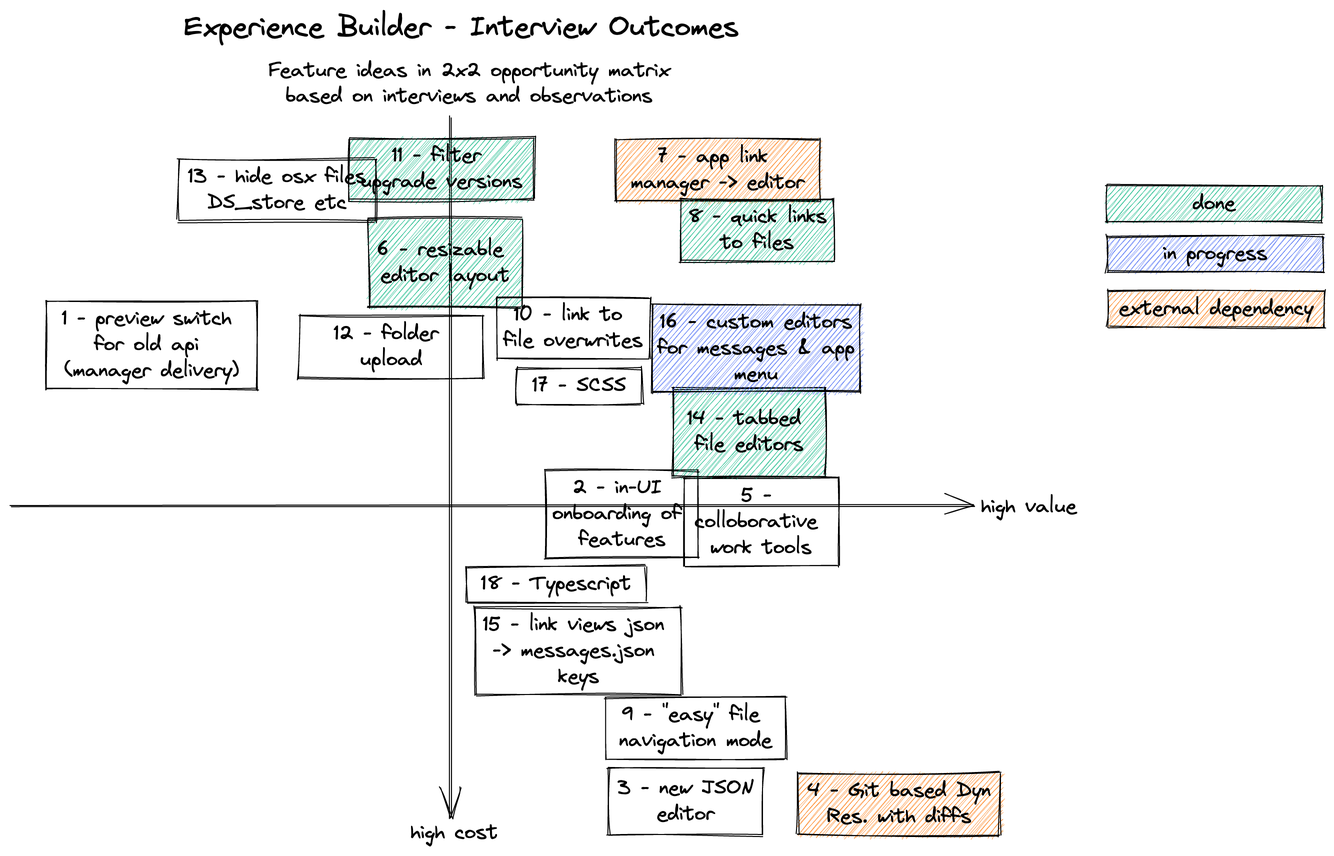
This is ba-text/pics/feature_cost_matrix.excalidraw.png from lokmeinmatz/ba-docs, a Excalidraw export, as it was before one commit. Source tidied: one line per element, renumbered; positions are measured from the earlier drawing's top-left corner, leaving out a move shared by most shapes.
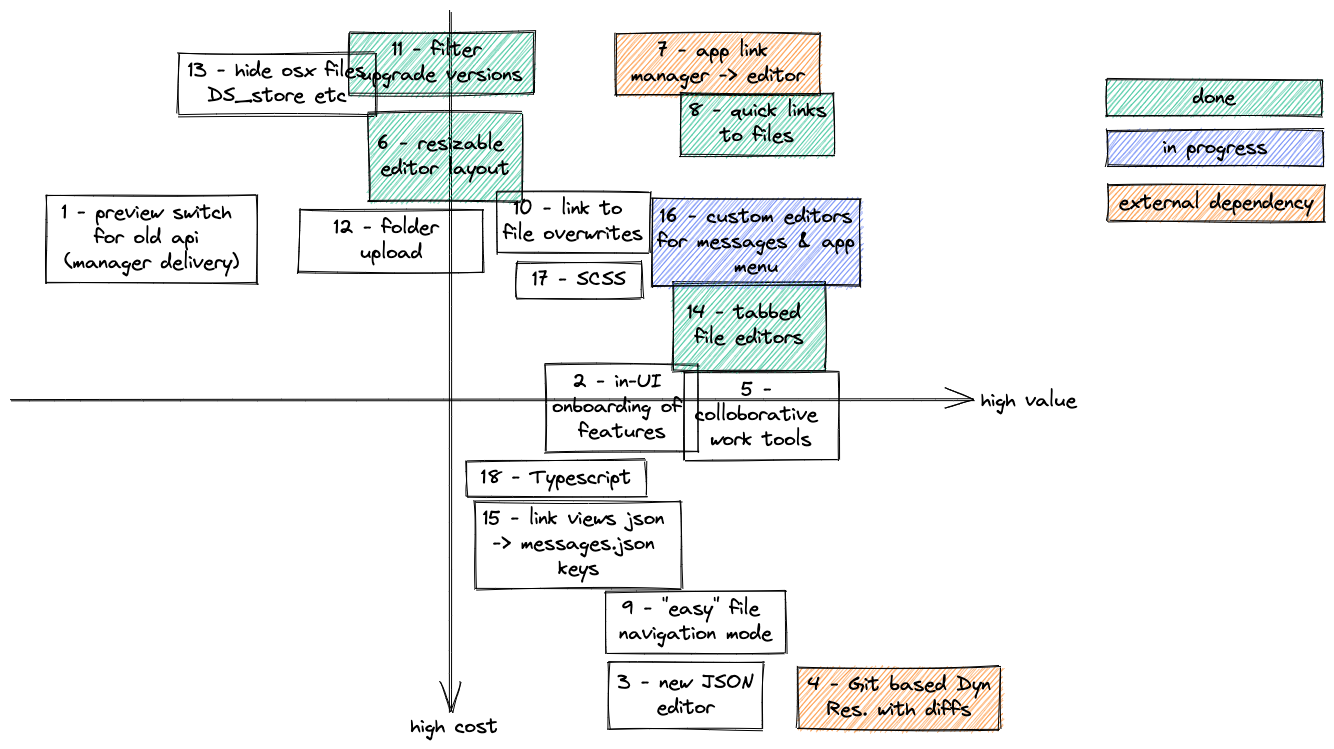
Later version of the same file.

Change to the diagram source:
```diff
@@ -1,48 +1,46 @@
-{"id": 0, "type": "text", "text": "Experience Builder - Interview Outcomes", "strokeColor": "#000000", "strokeWidth": 1, "roughness": 1, "fontSize": 28, "fontFamily": 1, "x": 173, "y": 0, "width": 557, "height": 36}
-{"id": 1, "type": "text", "text": "Feature ideas in 2x2 opportunity matrix\nbased on interviews and observations", "strokeColor": "#000000", "strokeWidth": 1, "roughness": 1, "fontSize": 20, "fontFamily": 1, "textAlign": "center", "x": 257, "y": 48, "width": 402, "height": 51}
-{"id": 2, "type": "arrow", "strokeColor": "#000000", "strokeWidth": 1, "roughness": 1, "endArrowhead": "arrow", "round": true, "to": 4, "x": 0, "y": 497, "width": 964, "height": 1, "points": [[0, 0], [964, -1]]}
+{"id": 2, "type": "arrow", "strokeColor": "#000000", "strokeWidth": 1, "roughness": 1, "endArrowhead": "arrow", "to": 4, "x": 0, "y": 497, "width": 964, "height": 1, "points": [[0, 0], [964, -1]]}
-{"id": 3, "type": "arrow", "strokeColor": "#000000", "strokeWidth": 1, "roughness": 1, "endArrowhead": "arrow", "round": true, "from": 1, "to": 5, "x": 439, "y": 107, "width": 0, "height": 701, "points": [[0, 0], [0, 701]]}
+{"id": 3, "type": "arrow", "strokeColor": "#000000", "strokeWidth": 1, "roughness": 1, "endArrowhead": "arrow", "to": 5, "x": 439, "y": 107, "width": 0, "height": 701, "points": [[0, 0], [0, 701]]}
-{"id": 4, "type": "text", "text": "high value", "strokeColor": "#000000", "strokeWidth": 1, "roughness": 1, "fontSize": 20, "fontFamily": 1, "x": 970, "y": 484, "width": 98, "height": 26}
+{"id": 4, "type": "text", "text": "high value", "strokeColor": "#000000", "strokeWidth": 1, "roughness": 1, "fontSize": 20, "fontFamily": 1, "x": 970, "y": 484, "width": 98, "height": 25}
-{"id": 5, "type": "text", "text": "high cost", "strokeColor": "#000000", "strokeWidth": 1, "roughness": 1, "fontSize": 20, "fontFamily": 1, "x": 400, "y": 810, "width": 89, "height": 26}
+{"id": 5, "type": "text", "text": "high cost", "strokeColor": "#000000", "strokeWidth": 1, "roughness": 1, "fontSize": 20, "fontFamily": 1, "x": 400, "y": 810, "width": 89, "height": 25}
 {"id": 6, "type": "rectangle", "strokeColor": "#000000", "strokeWidth": 1, "roughness": 1, "x": 35, "y": 291, "width": 211, "height": 88}
-{"id": 7, "type": "text", "text": "1 - preview switch \nfor old api \n(manager delivery)", "strokeColor": "#000000", "strokeWidth": 1, "roughness": 1, "fontSize": 20, "fontFamily": 1, "textAlign": "center", "verticalAlign": "middle", "inside": 6, "x": 50, "y": 296, "width": 181, "height": 78}
+{"id": 7, "type": "text", "text": "1 - preview switch \nfor old api \n(manager delivery)", "strokeColor": "#000000", "strokeWidth": 1, "roughness": 1, "fontSize": 20, "fontFamily": 1, "textAlign": "center", "verticalAlign": "middle", "inside": 6, "x": 50, "y": 296, "width": 181, "height": 75}
 {"id": 8, "type": "rectangle", "strokeColor": "#000000", "strokeWidth": 1, "roughness": 1, "x": 534, "y": 460, "width": 153, "height": 88}
-{"id": 9, "type": "text", "text": "2 - in-UI \nonboarding of \nfeatures", "strokeColor": "#000000", "strokeWidth": 1, "roughness": 1, "fontSize": 20, "fontFamily": 1, "textAlign": "center", "verticalAlign": "middle", "inside": 8, "x": 540, "y": 465, "width": 141, "height": 78}
+{"id": 9, "type": "text", "text": "2 - in-UI \nonboarding of \nfeatures", "strokeColor": "#000000", "strokeWidth": 1, "roughness": 1, "fontSize": 20, "fontFamily": 1, "textAlign": "center", "verticalAlign": "middle", "inside": 8, "x": 540, "y": 465, "width": 141, "height": 75}
 {"id": 10, "type": "rectangle", "strokeColor": "#000000", "strokeWidth": 1, "roughness": 1, "x": 598, "y": 758, "width": 154, "height": 67}
-{"id": 11, "type": "text", "text": "3 - new JSON\neditor", "strokeColor": "#000000", "strokeWidth": 1, "roughness": 1, "fontSize": 20, "fontFamily": 1, "textAlign": "center", "verticalAlign": "middle", "inside": 10, "x": 606, "y": 766, "width": 138, "height": 52}
+{"id": 11, "type": "text", "text": "3 - new JSON\neditor", "strokeColor": "#000000", "strokeWidth": 1, "roughness": 1, "fontSize": 20, "fontFamily": 1, "textAlign": "center", "verticalAlign": "middle", "inside": 10, "x": 606, "y": 766, "width": 138, "height": 50}
 {"id": 12, "type": "rectangle", "strokeColor": "#000000", "backgroundColor": "#fd7e14", "fillStyle": "hachure", "strokeWidth": 1, "roughness": 1, "x": 787, "y": 763, "width": 202, "height": 62}
-{"id": 13, "type": "text", "text": "4 - Git based Dyn\nRes. with diffs", "strokeColor": "#000000", "strokeWidth": 1, "roughness": 1, "fontSize": 20, "fontFamily": 1, "textAlign": "center", "verticalAlign": "middle", "inside": 12, "x": 796, "y": 768, "width": 185, "height": 52}
+{"id": 13, "type": "text", "text": "4 - Git based Dyn\nRes. with diffs", "strokeColor": "#000000", "strokeWidth": 1, "roughness": 1, "fontSize": 20, "fontFamily": 1, "textAlign": "center", "verticalAlign": "middle", "inside": 12, "x": 796, "y": 768, "width": 184, "height": 50}
 {"id": 14, "type": "rectangle", "strokeColor": "#000000", "strokeWidth": 1, "roughness": 1, "x": 674, "y": 468, "width": 154, "height": 88}
-{"id": 15, "type": "text", "text": "5 - \ncolloborative \nwork tools", "strokeColor": "#000000", "strokeWidth": 1, "roughness": 1, "fontSize": 20, "fontFamily": 1, "textAlign": "center", "verticalAlign": "middle", "inside": 14, "x": 683, "y": 473, "width": 134, "height": 78}
+{"id": 15, "type": "text", "text": "5 - \ncolloborative \nwork tools", "strokeColor": "#000000", "strokeWidth": 1, "roughness": 1, "fontSize": 20, "fontFamily": 1, "textAlign": "center", "verticalAlign": "middle", "inside": 14, "x": 683, "y": 473, "width": 134, "height": 75}
 {"id": 16, "type": "rectangle", "strokeColor": "#000000", "backgroundColor": "#12b886", "fillStyle": "hachure", "strokeWidth": 1, "roughness": 1, "x": 358, "y": 209, "width": 153, "height": 88}
-{"id": 17, "type": "text", "text": "6 - resizable \neditor layout", "strokeColor": "#000000", "strokeWidth": 1, "roughness": 1, "fontSize": 20, "fontFamily": 1, "textAlign": "center", "verticalAlign": "middle", "inside": 16, "x": 365, "y": 227, "width": 138, "height": 52}
+{"id": 17, "type": "text", "text": "6 - resizable \neditor layout", "strokeColor": "#000000", "strokeWidth": 1, "roughness": 1, "fontSize": 20, "fontFamily": 1, "textAlign": "center", "verticalAlign": "middle", "inside": 16, "x": 365, "y": 227, "width": 138, "height": 50}
 {"id": 18, "type": "rectangle", "strokeColor": "#000000", "backgroundColor": "#fd7e14", "fillStyle": "hachure", "strokeWidth": 1, "roughness": 1, "x": 604, "y": 129, "width": 204, "height": 62}
-{"id": 19, "type": "text", "text": "7 - app link \nmanager -> editor", "strokeColor": "#000000", "strokeWidth": 1, "roughness": 1, "fontSize": 20, "fontFamily": 1, "textAlign": "center", "verticalAlign": "middle", "inside": 18, "x": 618, "y": 134, "width": 176, "height": 52}
+{"id": 19, "type": "text", "text": "7 - app link \nmanager -> editor", "strokeColor": "#000000", "strokeWidth": 1, "roughness": 1, "fontSize": 20, "fontFamily": 1, "textAlign": "center", "verticalAlign": "middle", "inside": 18, "x": 618, "y": 134, "width": 176, "height": 50}
 {"id": 20, "type": "rectangle", "strokeColor": "#000000", "backgroundColor": "#12b886", "fillStyle": "hachure", "strokeWidth": 1, "roughness": 1, "x": 670, "y": 189, "width": 153, "height": 62}
-{"id": 21, "type": "text", "text": "8 - quick links\nto files", "strokeColor": "#000000", "strokeWidth": 1, "roughness": 1, "fontSize": 20, "fontFamily": 1, "textAlign": "center", "verticalAlign": "middle", "inside": 20, "x": 676, "y": 194, "width": 141, "height": 52}
+{"id": 21, "type": "text", "text": "8 - quick links\nto files", "strokeColor": "#000000", "strokeWidth": 1, "roughness": 1, "fontSize": 20, "fontFamily": 1, "textAlign": "center", "verticalAlign": "middle", "inside": 20, "x": 676, "y": 194, "width": 141, "height": 50}
 {"id": 22, "type": "rectangle", "strokeColor": "#000000", "strokeWidth": 1, "roughness": 1, "x": 594, "y": 687, "width": 180, "height": 62}
-{"id": 23, "type": "text", "text": "9 - \"easy\" file \nnavigation mode", "strokeColor": "#000000", "strokeWidth": 1, "roughness": 1, "fontSize": 20, "fontFamily": 1, "textAlign": "center", "verticalAlign": "middle", "inside": 22, "x": 607, "y": 692, "width": 155, "height": 52}
+{"id": 23, "type": "text", "text": "9 - \"easy\" file \nnavigation mode", "strokeColor": "#000000", "strokeWidth": 1, "roughness": 1, "fontSize": 20, "fontFamily": 1, "textAlign": "center", "verticalAlign": "middle", "inside": 22, "x": 607, "y": 692, "width": 155, "height": 50}
 {"id": 24, "type": "rectangle", "strokeColor": "#000000", "strokeWidth": 1, "roughness": 1, "x": 486, "y": 287, "width": 153, "height": 62}
-{"id": 25, "type": "text", "text": "10 - link to \nfile overwrites", "strokeColor": "#000000", "strokeWidth": 1, "roughness": 1, "fontSize": 20, "fontFamily": 1, "textAlign": "center", "verticalAlign": "middle", "inside": 24, "x": 491, "y": 292, "width": 142, "height": 52}
+{"id": 25, "type": "text", "text": "10 - link to \nfile overwrites", "strokeColor": "#000000", "strokeWidth": 1, "roughness": 1, "fontSize": 20, "fontFamily": 1, "textAlign": "center", "verticalAlign": "middle", "inside": 24, "x": 491, "y": 292, "width": 142, "height": 50}
 {"id": 26, "type": "rectangle", "strokeColor": "#000000", "backgroundColor": "#12b886", "fillStyle": "hachure", "strokeWidth": 1, "roughness": 1, "x": 338, "y": 128, "width": 184, "height": 62}
-{"id": 27, "type": "text", "text": "11 - filter \nupgrade versions", "strokeColor": "#000000", "strokeWidth": 1, "roughness": 1, "fontSize": 20, "fontFamily": 1, "textAlign": "center", "verticalAlign": "middle", "inside": 26, "x": 348, "y": 133, "width": 164, "height": 52}
+{"id": 27, "type": "text", "text": "11 - filter \nupgrade versions", "strokeColor": "#000000", "strokeWidth": 1, "roughness": 1, "fontSize": 20, "fontFamily": 1, "textAlign": "center", "verticalAlign": "middle", "inside": 26, "x": 348, "y": 133, "width": 164, "height": 50}
 {"id": 28, "type": "rectangle", "strokeColor": "#000000", "strokeWidth": 1, "roughness": 1, "x": 288, "y": 306, "width": 184, "height": 62}
-{"id": 29, "type": "text", "text": "12 - folder \nupload", "strokeColor": "#000000", "strokeWidth": 1, "roughness": 1, "fontSize": 20, "fontFamily": 1, "textAlign": "center", "verticalAlign": "middle", "inside": 28, "x": 322, "y": 311, "width": 116, "height": 52}
+{"id": 29, "type": "text", "text": "12 - folder \nupload", "strokeColor": "#000000", "strokeWidth": 1, "roughness": 1, "fontSize": 20, "fontFamily": 1, "textAlign": "center", "verticalAlign": "middle", "inside": 28, "x": 322, "y": 311, "width": 116, "height": 50}
 {"id": 30, "type": "rectangle", "strokeColor": "#000000", "strokeWidth": 1, "roughness": 1, "x": 167, "y": 149, "width": 198, "height": 62}
-{"id": 31, "type": "text", "text": "13 - hide osx files\nDS_store etc", "strokeColor": "#000000", "strokeWidth": 1, "roughness": 1, "fontSize": 20, "fontFamily": 1, "textAlign": "center", "verticalAlign": "middle", "inside": 30, "x": 176, "y": 154, "width": 179, "height": 52}
+{"id": 31, "type": "text", "text": "13 - hide osx files\nDS_store etc", "strokeColor": "#000000", "strokeWidth": 1, "roughness": 1, "fontSize": 20, "fontFamily": 1, "textAlign": "center", "verticalAlign": "middle", "inside": 30, "x": 176, "y": 154, "width": 179, "height": 50}
 {"id": 32, "type": "rectangle", "strokeColor": "#000000", "backgroundColor": "#12b886", "fillStyle": "hachure", "strokeWidth": 1, "roughness": 1, "x": 662, "y": 378, "width": 153, "height": 88}
-{"id": 33, "type": "text", "text": "14 - tabbed \nfile editors", "strokeColor": "#000000", "strokeWidth": 1, "roughness": 1, "fontSize": 20, "fontFamily": 1, "textAlign": "center", "verticalAlign": "middle", "inside": 32, "x": 676, "y": 396, "width": 125, "height": 52}
+{"id": 33, "type": "text", "text": "14 - tabbed \nfile editors", "strokeColor": "#000000", "strokeWidth": 1, "roughness": 1, "fontSize": 20, "fontFamily": 1, "textAlign": "center", "verticalAlign": "middle", "inside": 32, "x": 676, "y": 396, "width": 125, "height": 50}
 {"id": 34, "type": "rectangle", "strokeColor": "#000000", "strokeWidth": 1, "roughness": 1, "x": 464, "y": 597, "width": 206, "height": 88}
-{"id": 35, "type": "text", "text": "15 - link views json \n-> messages.json \nkeys", "strokeColor": "#000000", "strokeWidth": 1, "roughness": 1, "fontSize": 20, "fontFamily": 1, "textAlign": "center", "verticalAlign": "middle", "inside": 34, "x": 472, "y": 602, "width": 192, "height": 78}
+{"id": 35, "type": "text", "text": "15 - link views json \n-> messages.json \nkeys", "strokeColor": "#000000", "strokeWidth": 1, "roughness": 1, "fontSize": 20, "fontFamily": 1, "textAlign": "center", "verticalAlign": "middle", "inside": 34, "x": 472, "y": 602, "width": 192, "height": 75}
 {"id": 36, "type": "rectangle", "strokeColor": "#000000", "backgroundColor": "#4c6ef5", "fillStyle": "hachure", "strokeWidth": 1, "roughness": 1, "x": 641, "y": 294, "width": 208, "height": 88}
-{"id": 37, "type": "text", "text": "16 - custom editors\nfor messages & app\nmenu", "strokeColor": "#000000", "strokeWidth": 1, "roughness": 1, "fontSize": 20, "fontFamily": 1, "textAlign": "center", "verticalAlign": "middle", "inside": 36, "x": 646, "y": 300, "width": 198, "height": 78}
+{"id": 37, "type": "text", "text": "16 - custom editors\nfor messages & app\nmenu", "strokeColor": "#000000", "strokeWidth": 1, "roughness": 1, "fontSize": 20, "fontFamily": 1, "textAlign": "center", "verticalAlign": "middle", "inside": 36, "x": 646, "y": 300, "width": 198, "height": 75}
 {"id": 38, "type": "rectangle", "strokeColor": "#000000", "strokeWidth": 1, "roughness": 1, "x": 505, "y": 358, "width": 126, "height": 36}
-{"id": 39, "type": "text", "text": "17 - SCSS", "strokeColor": "#000000", "strokeWidth": 1, "roughness": 1, "fontSize": 20, "fontFamily": 1, "textAlign": "center", "verticalAlign": "middle", "inside": 38, "x": 520, "y": 363, "width": 96, "height": 26}
+{"id": 39, "type": "text", "text": "17 - SCSS", "strokeColor": "#000000", "strokeWidth": 1, "roughness": 1, "fontSize": 20, "fontFamily": 1, "textAlign": "center", "verticalAlign": "middle", "inside": 38, "x": 520, "y": 363, "width": 96, "height": 25}
 {"id": 40, "type": "rectangle", "strokeColor": "#000000", "strokeWidth": 1, "roughness": 1, "x": 455, "y": 556, "width": 180, "height": 36}
-{"id": 41, "type": "text", "text": "18 - Typescript", "strokeColor": "#000000", "strokeWidth": 1, "roughness": 1, "fontSize": 20, "fontFamily": 1, "textAlign": "center", "verticalAlign": "middle", "inside": 40, "x": 469, "y": 561, "width": 152, "height": 26}
+{"id": 41, "type": "text", "text": "18 - Typescript", "strokeColor": "#000000", "strokeWidth": 1, "roughness": 1, "fontSize": 20, "fontFamily": 1, "textAlign": "center", "verticalAlign": "middle", "inside": 40, "x": 469, "y": 561, "width": 152, "height": 25}
 {"id": 42, "type": "rectangle", "strokeColor": "#000000", "backgroundColor": "#4c6ef5", "fillStyle": "hachure", "strokeWidth": 1, "roughness": 1, "x": 1096, "y": 226, "width": 216, "height": 36}
 {"id": 43, "type": "rectangle", "strokeColor": "#000000", "backgroundColor": "#fd7e14", "fillStyle": "hachure", "strokeWidth": 1, "roughness": 1, "x": 1097, "y": 281, "width": 216, "height": 36}
 {"id": 44, "type": "rectangle", "strokeColor": "#000000", "backgroundColor": "#12b886", "fillStyle": "hachure", "strokeWidth": 1, "roughness": 1, "x": 1095, "y": 176, "width": 216, "height": 36}
-{"id": 45, "type": "text", "text": "in progress", "strokeColor": "#000000", "backgroundColor": "#4c6ef5", "fillStyle": "hachure", "strokeWidth": 1, "roughness": 1, "fontSize": 20, "fontFamily": 1, "textAlign": "center", "verticalAlign": "middle", "inside": 42, "x": 1150, "y": 231, "width": 107, "height": 26}
+{"id": 45, "type": "text", "text": "in progress", "strokeColor": "#000000", "backgroundColor": "#4c6ef5", "fillStyle": "hachure", "strokeWidth": 1, "roughness": 1, "fontSize": 20, "fontFamily": 1, "textAlign": "center", "verticalAlign": "middle", "inside": 42, "x": 1150, "y": 231, "width": 107, "height": 25}
-{"id": 46, "type": "text", "text": "external dependency", "strokeColor": "#000000", "backgroundColor": "#4c6ef5", "fillStyle": "hachure", "strokeWidth": 1, "roughness": 1, "fontSize": 20, "fontFamily": 1, "textAlign": "center", "verticalAlign": "middle", "inside": 43, "x": 1107, "y": 286, "width": 196, "height": 26}
+{"id": 46, "type": "text", "text": "external dependency", "strokeColor": "#000000", "backgroundColor": "#4c6ef5", "fillStyle": "hachure", "strokeWidth": 1, "roughness": 1, "fontSize": 20, "fontFamily": 1, "textAlign": "center", "verticalAlign": "middle", "inside": 43, "x": 1106, "y": 286, "width": 197, "height": 25}
-{"id": 47, "type": "text", "text": "done", "strokeColor": "#000000", "backgroundColor": "#4c6ef5", "fillStyle": "hachure", "strokeWidth": 1, "roughness": 1, "fontSize": 20, "fontFamily": 1, "textAlign": "center", "verticalAlign": "middle", "inside": 44, "x": 1180, "y": 181, "width": 45, "height": 26}
+{"id": 47, "type": "text", "text": "done", "strokeColor": "#000000", "backgroundColor": "#4c6ef5", "fillStyle": "hachure", "strokeWidth": 1, "roughness": 1, "fontSize": 20, "fontFamily": 1, "textAlign": "center", "verticalAlign": "middle", "inside": 44, "x": 1180, "y": 181, "width": 45, "height": 25}
```
